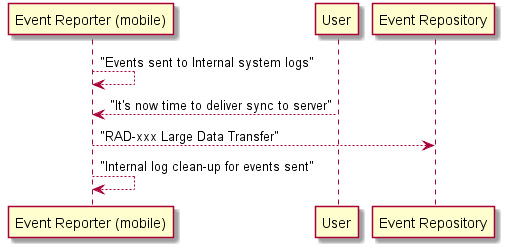
The PlantUML diagram mobile-push.png in rjhorn-agfa/SOLE, before a commit.
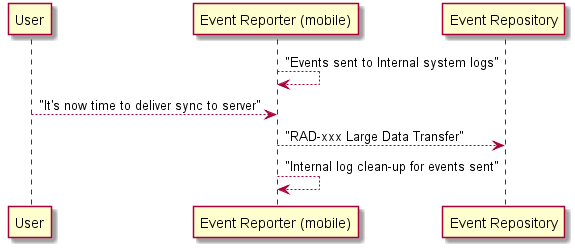
The same file after the commit.

The edit, as a diff of the source:
```diff
@@ -1,4 +1,5 @@
 @startuml
+participant User
 
 "Event Reporter (mobile)" --> "Event Reporter (mobile)" : "Events sent to Internal system logs"
 "User" --> "Event Reporter (mobile)" : "It's now time to deliver sync to server"
```
